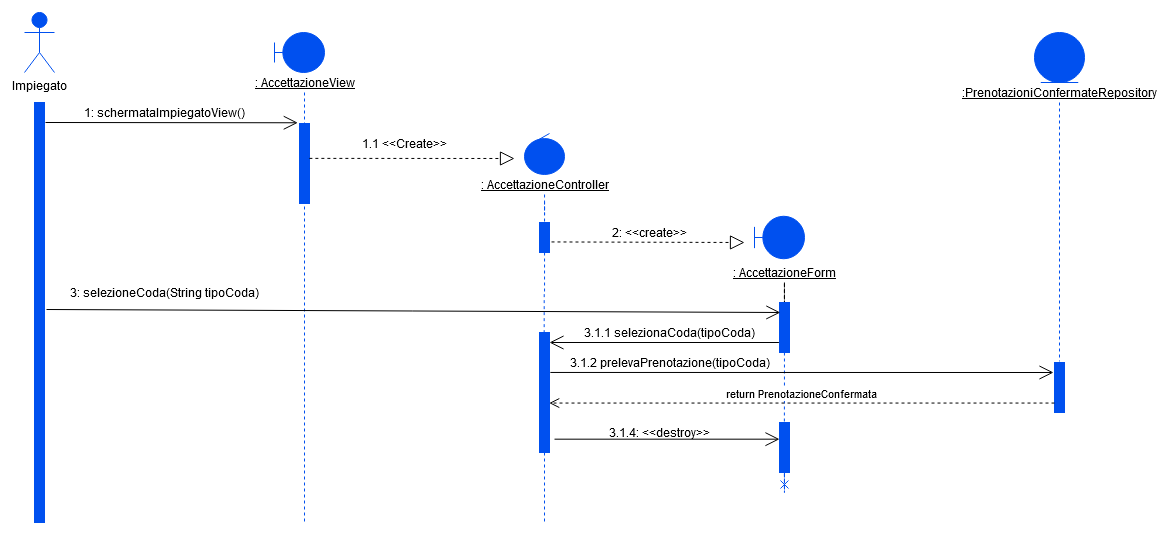
Before: Documenti/Sequence Diagram/Accettazione Prenotazione/SD AccettazionePrenotazione (Con repo).png, a diagram exported from draw.io (Givaa/MedQueue). Source tidied: cells renumbered, new cells last; positions are measured from the earlier drawing's top-left corner, leaving out a move shared by most shapes.
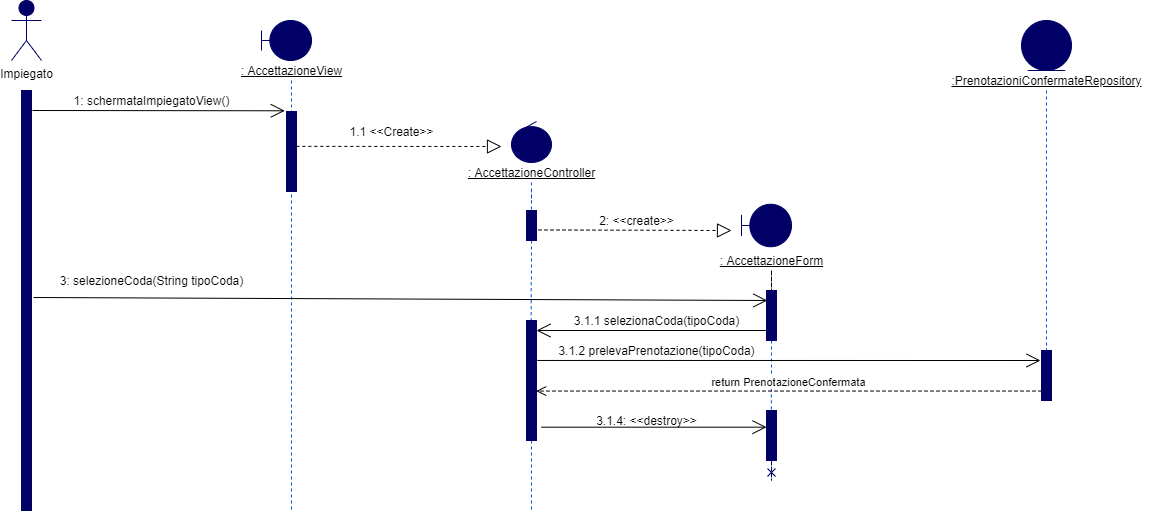
Later version of the same file.

The edit, as a diff of the source:
```diff
@@ -2,13 +2,13 @@
   <root>
     <mxCell id="0" />
     <mxCell id="1" parent="0" />
-    <mxCell id="2" value="Impiegato" style="shape=umlActor;verticalLabelPosition=bottom;verticalAlign=top;html=1;strokeColor=#0050ef;fillColor=#0050EF;" parent="1" vertex="1">
+    <mxCell id="2" value="Impiegato" style="shape=umlActor;verticalLabelPosition=bottom;verticalAlign=top;html=1;fillColor=#000066;strokeColor=#000066;" parent="1" vertex="1">
       <mxGeometry width="30" height="60" as="geometry" />
     </mxCell>
-    <mxCell id="3" style="html=1;perimeter=orthogonalPerimeter;strokeColor=#0050ef;fillColor=#0050EF;" parent="1" vertex="1">
+    <mxCell id="3" style="html=1;perimeter=orthogonalPerimeter;strokeColor=#000066;fillColor=#000066;" parent="1" vertex="1">
       <mxGeometry x="10" y="90" width="10" height="420" as="geometry" />
     </mxCell>
-    <mxCell id="4" style="shape=umlBoundary;whiteSpace=wrap;html=1;strokeColor=#0050ef;fillColor=#0050EF;" parent="1" vertex="1">
+    <mxCell id="4" style="shape=umlBoundary;whiteSpace=wrap;html=1;fillColor=#000066;strokeColor=#000066;" parent="1" vertex="1">
       <mxGeometry x="250" y="20" width="50" height="40" as="geometry" />
     </mxCell>
     <mxCell id="5" style="edgeStyle=orthogonalEdgeStyle;rounded=0;jettySize=auto;html=1;dashed=1;endArrow=none;endFill=0;strokeColor=#0050ef;" parent="1" edge="1" source="6">
@@ -24,7 +24,7 @@
         <mxPoint x="21" y="110" as="sourcePoint" />
       </mxGeometry>
     </mxCell>
-    <mxCell id="8" style="html=1;points=[];perimeter=orthogonalPerimeter;strokeColor=#0050ef;fillColor=#0050EF;" parent="1" vertex="1">
+    <mxCell id="8" style="html=1;points=[];perimeter=orthogonalPerimeter;fillColor=#000066;strokeColor=#000066;" parent="1" vertex="1">
       <mxGeometry x="275" y="111" width="10" height="80" as="geometry" />
     </mxCell>
     <mxCell id="9" value="1: schermataImpiegatoView()" style="text;html=1;align=center;verticalAlign=middle;" parent="1" vertex="1">
@@ -35,7 +35,7 @@
         <mxPoint x="490" y="146" as="targetPoint" />
       </mxGeometry>
     </mxCell>
-    <mxCell id="11" style="ellipse;shape=umlControl;whiteSpace=wrap;html=1;strokeColor=#0050ef;fillColor=#0050EF;" parent="1" vertex="1">
+    <mxCell id="11" style="ellipse;shape=umlControl;whiteSpace=wrap;html=1;fillColor=#000066;strokeColor=#000066;" parent="1" vertex="1">
       <mxGeometry x="500" y="121" width="40" height="41" as="geometry" />
     </mxCell>
     <mxCell id="12" value="1.1 &amp;lt;&amp;lt;Create&amp;gt;&amp;gt;" style="text;html=1;align=center;verticalAlign=middle;" parent="1" vertex="1">
@@ -47,7 +47,7 @@
     <mxCell id="14" style="edgeStyle=orthogonalEdgeStyle;rounded=0;jettySize=auto;html=1;entryX=0.467;entryY=-0.001;entryDx=0;entryDy=0;entryPerimeter=0;endArrow=none;endFill=0;dashed=1;strokeColor=#0050ef;" parent="1" edge="1" source="15" target="27">
       <mxGeometry relative="1" as="geometry" />
     </mxCell>
-    <mxCell id="15" style="html=1;points=[];perimeter=orthogonalPerimeter;strokeColor=#0050ef;fillColor=#0050EF;" parent="1" vertex="1">
+    <mxCell id="15" style="html=1;points=[];perimeter=orthogonalPerimeter;fillColor=#000066;strokeColor=#000066;" parent="1" vertex="1">
       <mxGeometry x="515" y="210" width="10" height="30" as="geometry" />
     </mxCell>
     <mxCell id="16" style="edgeStyle=orthogonalEdgeStyle;rounded=0;jettySize=auto;html=1;dashed=1;endArrow=none;endFill=0;strokeColor=#0050EF;" parent="1" edge="1" source="13" target="15">
@@ -61,7 +61,7 @@
     <mxCell id="18" value="2: &amp;lt;&amp;lt;create&amp;gt;&amp;gt;" style="text;html=1;align=center;verticalAlign=middle;" parent="1" vertex="1">
       <mxGeometry x="580" y="210" width="90" height="20" as="geometry" />
     </mxCell>
-    <mxCell id="19" style="shape=umlBoundary;whiteSpace=wrap;html=1;strokeColor=#0050ef;fillColor=#0050EF;" parent="1" vertex="1">
+    <mxCell id="19" style="shape=umlBoundary;whiteSpace=wrap;html=1;fillColor=#000066;strokeColor=#000066;" parent="1" vertex="1">
       <mxGeometry x="730" y="203.8" width="50" height="42.5" as="geometry" />
     </mxCell>
     <mxCell id="20" style="edgeStyle=orthogonalEdgeStyle;rounded=0;jettySize=auto;html=1;dashed=1;endArrow=none;endFill=0;" parent="1" edge="1" source="21" target="23">
@@ -73,7 +73,7 @@
     <mxCell id="22" style="edgeStyle=orthogonalEdgeStyle;rounded=0;jettySize=auto;html=1;dashed=1;endArrow=none;endFill=0;entryX=0.486;entryY=0.01;entryDx=0;entryDy=0;entryPerimeter=0;strokeColor=#0050ef;" parent="1" edge="1" source="23" target="29">
       <mxGeometry relative="1" as="geometry" />
     </mxCell>
-    <mxCell id="23" style="html=1;points=[];perimeter=orthogonalPerimeter;strokeColor=#0050ef;fillColor=#0050EF;" parent="1" vertex="1">
+    <mxCell id="23" style="html=1;points=[];perimeter=orthogonalPerimeter;fillColor=#000066;strokeColor=#000066;" parent="1" vertex="1">
       <mxGeometry x="755" y="290" width="10" height="50" as="geometry" />
     </mxCell>
     <mxCell id="24" style="endArrow=open;endFill=1;endSize=12;html=1;entryX=0.083;entryY=0.2;entryDx=0;entryDy=0;entryPerimeter=0;" parent="1" edge="1" target="23">
@@ -89,15 +89,15 @@
         <mxPoint x="520" y="510" as="targetPoint" />
       </mxGeometry>
     </mxCell>
-    <mxCell id="27" style="html=1;points=[];perimeter=orthogonalPerimeter;strokeColor=#0050ef;fillColor=#0050EF;" parent="1" vertex="1">
+    <mxCell id="27" style="html=1;points=[];perimeter=orthogonalPerimeter;fillColor=#000066;strokeColor=#000066;" parent="1" vertex="1">
       <mxGeometry x="515" y="320" width="10" height="120" as="geometry" />
     </mxCell>
-    <mxCell id="28" style="edgeStyle=orthogonalEdgeStyle;rounded=0;jettySize=auto;html=1;dashed=1;endArrow=cross;endFill=0;strokeColor=#0050EF;" parent="1" edge="1" source="29">
+    <mxCell id="28" style="edgeStyle=orthogonalEdgeStyle;rounded=0;jettySize=auto;html=1;dashed=1;endArrow=cross;endFill=0;strokeColor=#000066;" parent="1" edge="1" source="29">
       <mxGeometry relative="1" as="geometry">
         <mxPoint x="760" y="480" as="targetPoint" />
       </mxGeometry>
     </mxCell>
-    <mxCell id="29" style="html=1;points=[];perimeter=orthogonalPerimeter;strokeColor=#0050ef;fillColor=#0050EF;" parent="1" vertex="1">
+    <mxCell id="29" style="html=1;points=[];perimeter=orthogonalPerimeter;fillColor=#000066;strokeColor=#000066;" parent="1" vertex="1">
       <mxGeometry x="755" y="410" width="10" height="50" as="geometry" />
     </mxCell>
     <mxCell id="30" style="endArrow=open;endFill=1;endSize=12;html=1;exitX=1.5;exitY=0.889;exitDx=0;exitDy=0;exitPerimeter=0;" parent="1" edge="1" source="27" target="29">
@@ -106,7 +106,7 @@
     <mxCell id="31" value="3.1.4: &amp;lt;&amp;lt;destroy&amp;gt;&amp;gt;" style="text;html=1;align=center;verticalAlign=middle;" parent="1" vertex="1">
       <mxGeometry x="575" y="410" width="120" height="20" as="geometry" />
     </mxCell>
-    <mxCell id="32" style="ellipse;shape=umlEntity;whiteSpace=wrap;html=1;strokeColor=#0050ef;fillColor=#0050EF;" parent="1" vertex="1">
+    <mxCell id="32" style="ellipse;shape=umlEntity;whiteSpace=wrap;html=1;fillColor=#000066;strokeColor=#000066;" parent="1" vertex="1">
       <mxGeometry x="1010" y="20" width="50" height="50" as="geometry" />
     </mxCell>
     <mxCell id="33" style="edgeStyle=orthogonalEdgeStyle;rounded=0;jettySize=auto;html=1;dashed=1;endArrow=none;endFill=0;entryX=0.5;entryY=-0.022;entryDx=0;entryDy=0;entryPerimeter=0;strokeColor=#0050ef;" parent="1" edge="1" source="34" target="35">
@@ -115,7 +115,7 @@
     <mxCell id="34" value="&lt;u&gt;:PrenotazioniConfermateRepository&lt;/u&gt;" style="text;html=1;align=center;verticalAlign=middle;points=[];" parent="1" vertex="1">
       <mxGeometry x="930" y="70" width="210" height="20" as="geometry" />
     </mxCell>
-    <mxCell id="35" style="html=1;points=[];perimeter=orthogonalPerimeter;strokeColor=#0050ef;fillColor=#0050EF;" parent="1" vertex="1">
+    <mxCell id="35" style="html=1;points=[];perimeter=orthogonalPerimeter;fillColor=#000066;strokeColor=#000066;" parent="1" vertex="1">
       <mxGeometry x="1030" y="350" width="10" height="50" as="geometry" />
     </mxCell>
     <mxCell id="36" value="3.1.1 selezionaCoda(tipoCoda)" style="text;html=1;align=center;verticalAlign=middle;rotation=0;" parent="1" vertex="1">
```
